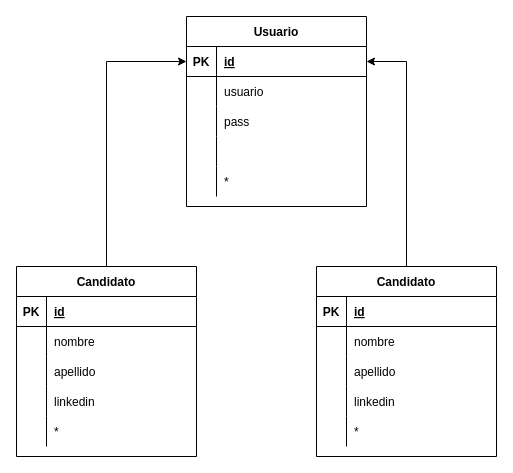
The draw.io diagram Untitled Diagram.drawio in centrodph/Diagrams, before the edit. Source tidied: cells renumbered, new cells numbered last; positions are measured from the earlier drawing's top-left corner, leaving out a move shared by most shapes. Both pictures are drawn from the tidied source at 100%, with x=0, y=0 at pixel (16, 16).
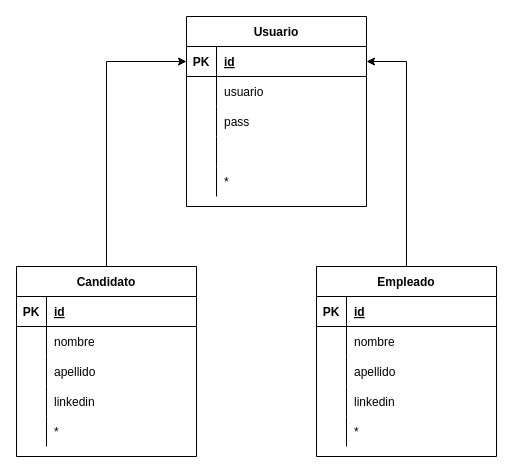
Above is the later version.

Diff of the diagram source:
```diff
@@
-    <mxCell id="20" value="Candidato" style="shape=table;startSize=30;childLayout=tableLayout;rowLines=0;fontStyle=1;align=center;" parent="1" vertex="1">
+    <mxCell id="20" value="Empleado" style="shape=table;startSize=30;childLayout=tableLayout;rowLines=0;fontStyle=1;align=center;" parent="1" vertex="1">
       <mxGeometry x="300" y="250" width="180" height="190" as="geometry" />
     </mxCell>
```
